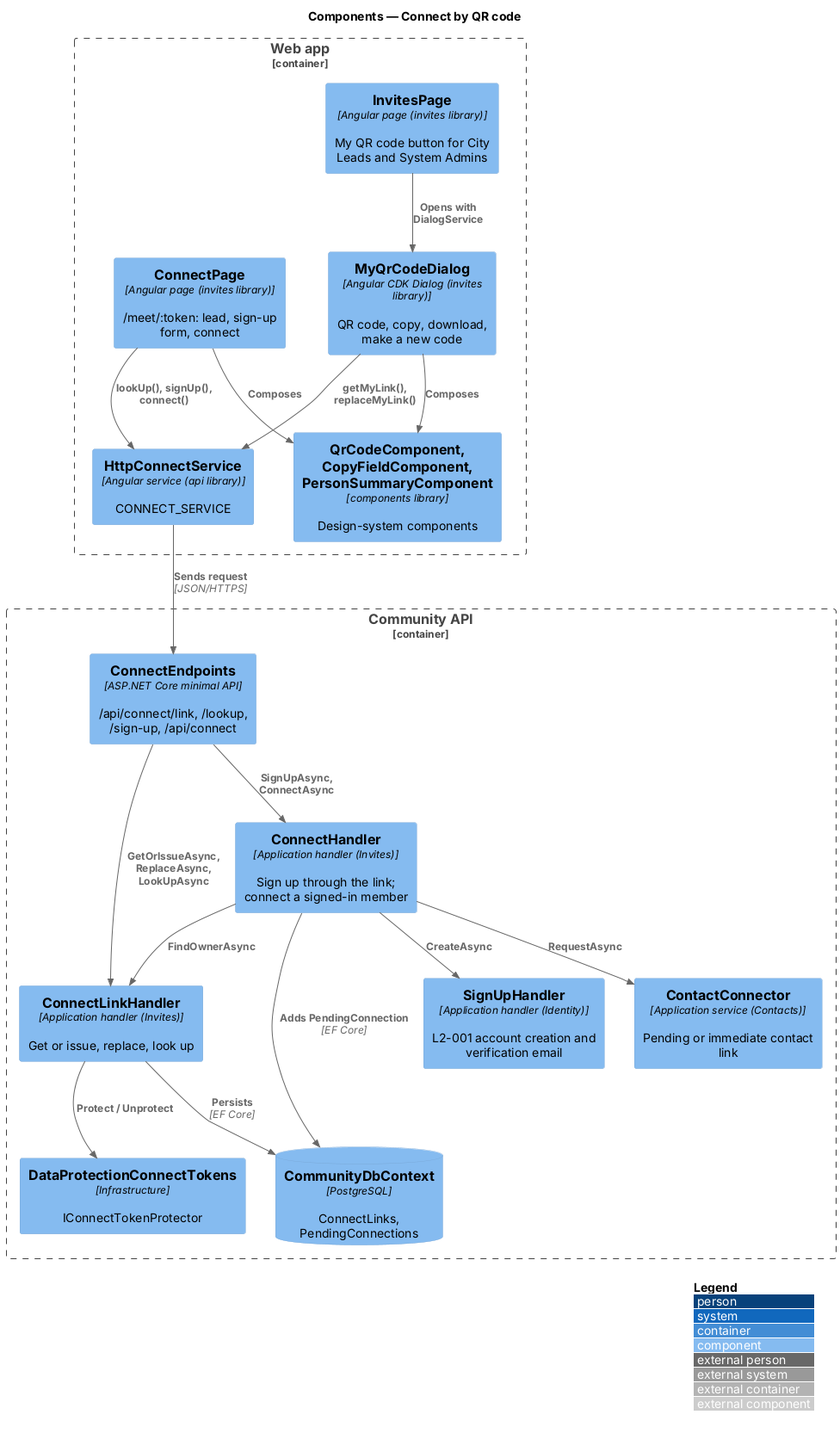
This is docs/detailed-designs/invites/connect-by-qr-code/diagrams/c4-component.png from QuinntyneBrown/faithtech-community, a PlantUML export, as it was before one commit.
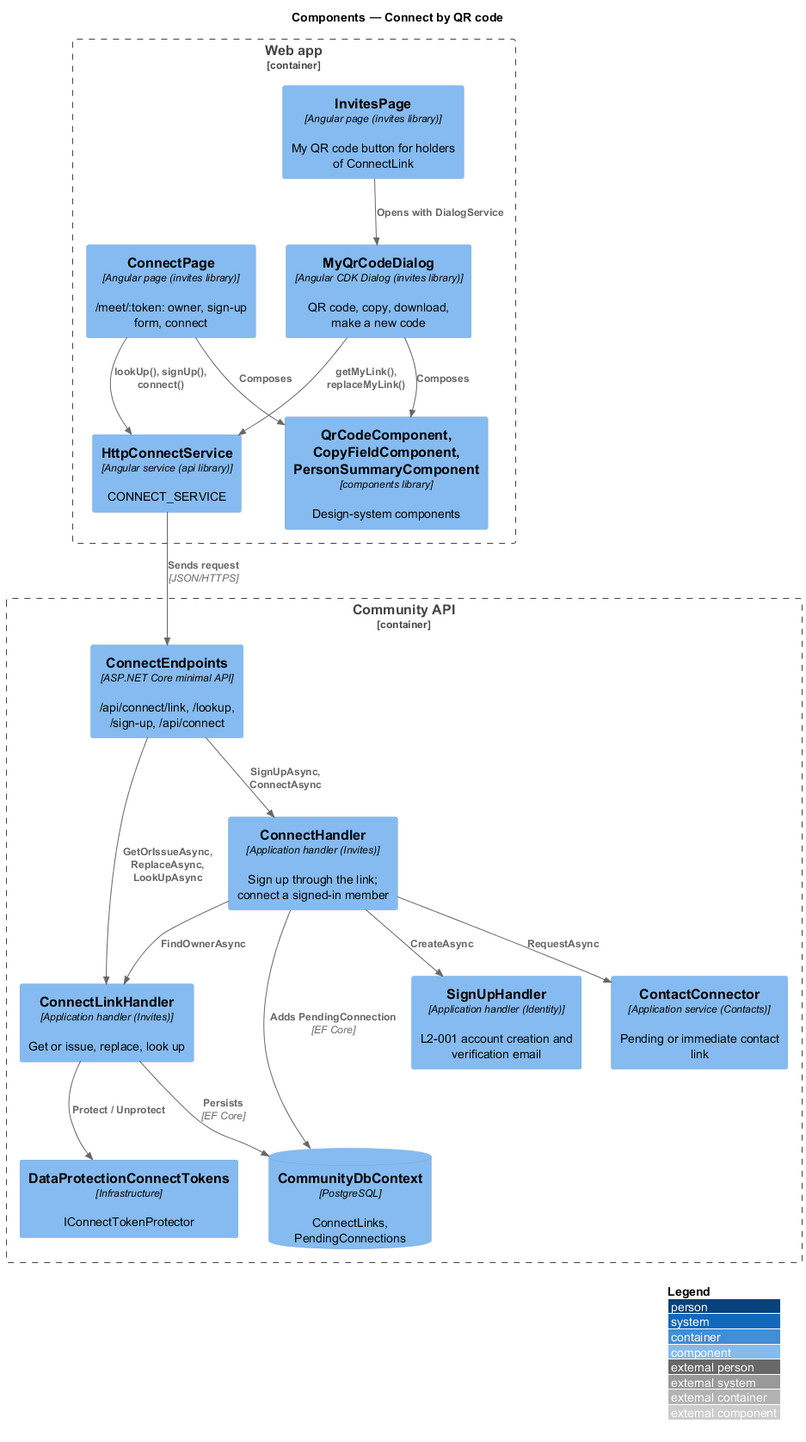
After the change.

Change to the diagram source:
```diff
@@ -3,9 +3,9 @@
 LAYOUT_WITH_LEGEND()
 title Components — Connect by QR code
 Container_Boundary(web, "Web app") {
-  Component(invites, "InvitesPage", "Angular page (invites library)", "My QR code button for City Leads and System Admins")
+  Component(invites, "InvitesPage", "Angular page (invites library)", "My QR code button for holders of ConnectLink")
   Component(dlg, "MyQrCodeDialog", "Angular CDK Dialog (invites library)", "QR code, copy, download, make a new code")
-  Component(page, "ConnectPage", "Angular page (invites library)", "/meet/:token: lead, sign-up form, connect")
+  Component(page, "ConnectPage", "Angular page (invites library)", "/meet/:token: owner, sign-up form, connect")
   Component(svc, "HttpConnectService", "Angular service (api library)", "CONNECT_SERVICE")
   Component(lib, "QrCodeComponent, CopyFieldComponent, PersonSummaryComponent", "components library", "Design-system components")
 }
```
